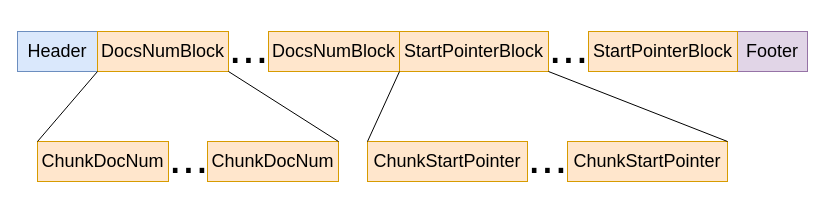
Before: .settings/fdx文件结构.drawio in zjcDM/MRMD, a draw.io diagram. Source tidied: cells renumbered, new cells numbered last; positions are measured from the earlier drawing's top-left corner, leaving out a move shared by most shapes. Both pictures are drawn from the tidied source at 100%, with x=0, y=0 at pixel (17, 31).
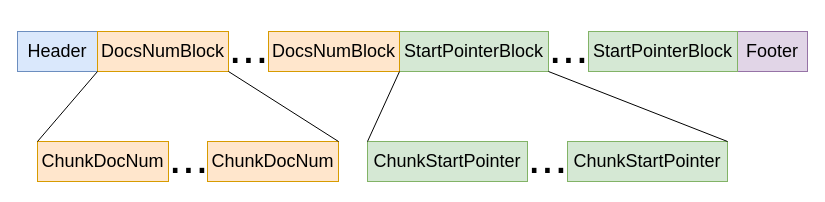
After the change.

Commit message (it also covers changes not shown here):
更新fdx文件结构.drawio

What changed in the source:
```diff
@@
-    <mxCell id="5" value="&lt;font style=&quot;font-size: 18px&quot;&gt;StartPointerBlock&lt;/font&gt;" style="rounded=0;whiteSpace=wrap;html=1;fillColor=#ffe6cc;strokeColor=#d79b00;" parent="1" vertex="1">
+    <mxCell id="5" value="&lt;font style=&quot;font-size: 18px&quot;&gt;StartPointerBlock&lt;/font&gt;" style="rounded=0;whiteSpace=wrap;html=1;fillColor=#d5e8d4;strokeColor=#82b366;" parent="1" vertex="1">
       <mxGeometry x="382" width="149" height="40" as="geometry" />
     </mxCell>
@@
-    <mxCell id="9" value="&lt;font style=&quot;font-size: 18px&quot;&gt;StartPointerBlock&lt;/font&gt;" style="rounded=0;whiteSpace=wrap;html=1;fillColor=#ffe6cc;strokeColor=#d79b00;" parent="1" vertex="1">
+    <mxCell id="9" value="&lt;font style=&quot;font-size: 18px&quot;&gt;StartPointerBlock&lt;/font&gt;" style="rounded=0;whiteSpace=wrap;html=1;fillColor=#d5e8d4;strokeColor=#82b366;" parent="1" vertex="1">
       <mxGeometry x="571" width="149" height="40" as="geometry" />
     </mxCell>
@@
-    <mxCell id="13" value="&lt;span style=&quot;font-size: 18px&quot;&gt;ChunkStartPointer&lt;/span&gt;" style="rounded=0;whiteSpace=wrap;html=1;fillColor=#ffe6cc;strokeColor=#d79b00;" parent="1" vertex="1">
+    <mxCell id="13" value="&lt;span style=&quot;font-size: 18px&quot;&gt;ChunkStartPointer&lt;/span&gt;" style="rounded=0;whiteSpace=wrap;html=1;fillColor=#d5e8d4;strokeColor=#82b366;" parent="1" vertex="1">
       <mxGeometry x="350" y="110" width="160" height="40" as="geometry" />
     </mxCell>
@@
-    <mxCell id="15" value="&lt;span style=&quot;font-size: 18px&quot;&gt;ChunkStartPointer&lt;/span&gt;" style="rounded=0;whiteSpace=wrap;html=1;fillColor=#ffe6cc;strokeColor=#d79b00;" parent="1" vertex="1">
+    <mxCell id="15" value="&lt;span style=&quot;font-size: 18px&quot;&gt;ChunkStartPointer&lt;/span&gt;" style="rounded=0;whiteSpace=wrap;html=1;fillColor=#d5e8d4;strokeColor=#82b366;" parent="1" vertex="1">
       <mxGeometry x="550" y="110" width="160" height="40" as="geometry" />
     </mxCell>
```
